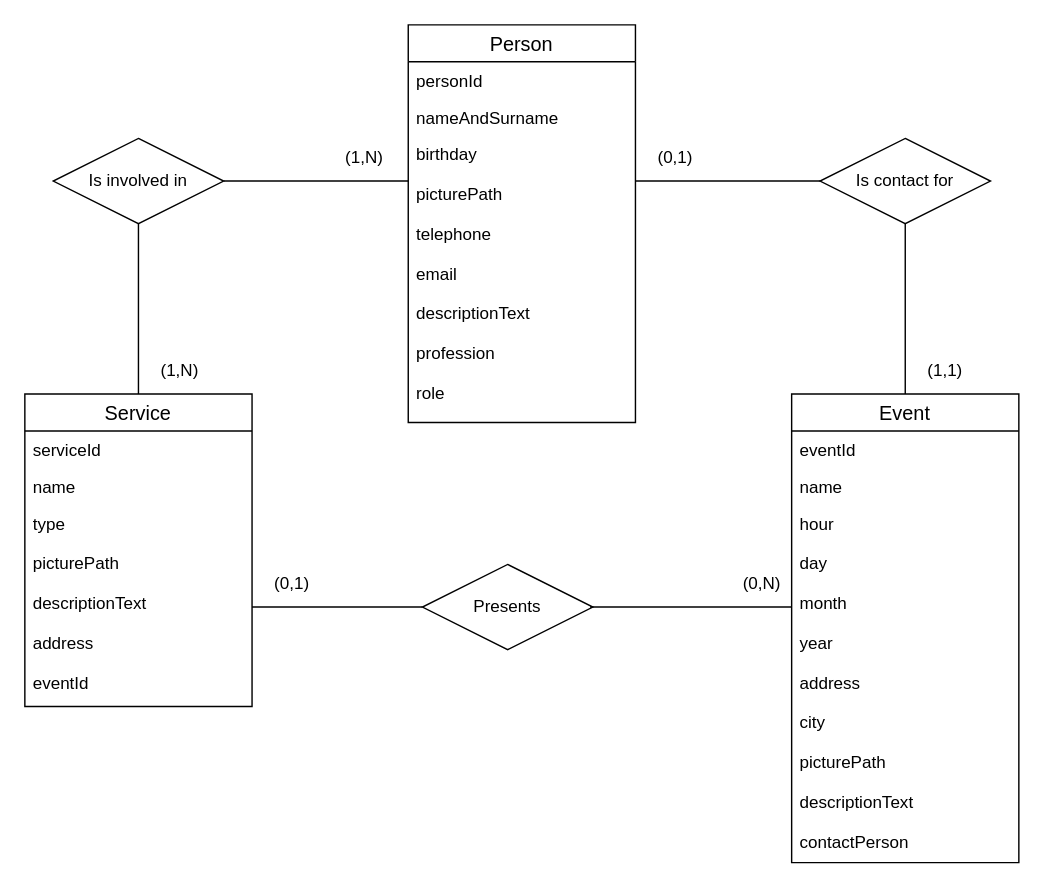
Above: public/backend/Er.drawio in GioValca/HYPWebsite (draw.io), before the change. Source tidied: cells renumbered, new cells numbered last; positions are measured from the earlier drawing's top-left corner, leaving out a move shared by most shapes. Both pictures are drawn from the tidied source at 142%, with x=0, y=0 at pixel (24, 24).
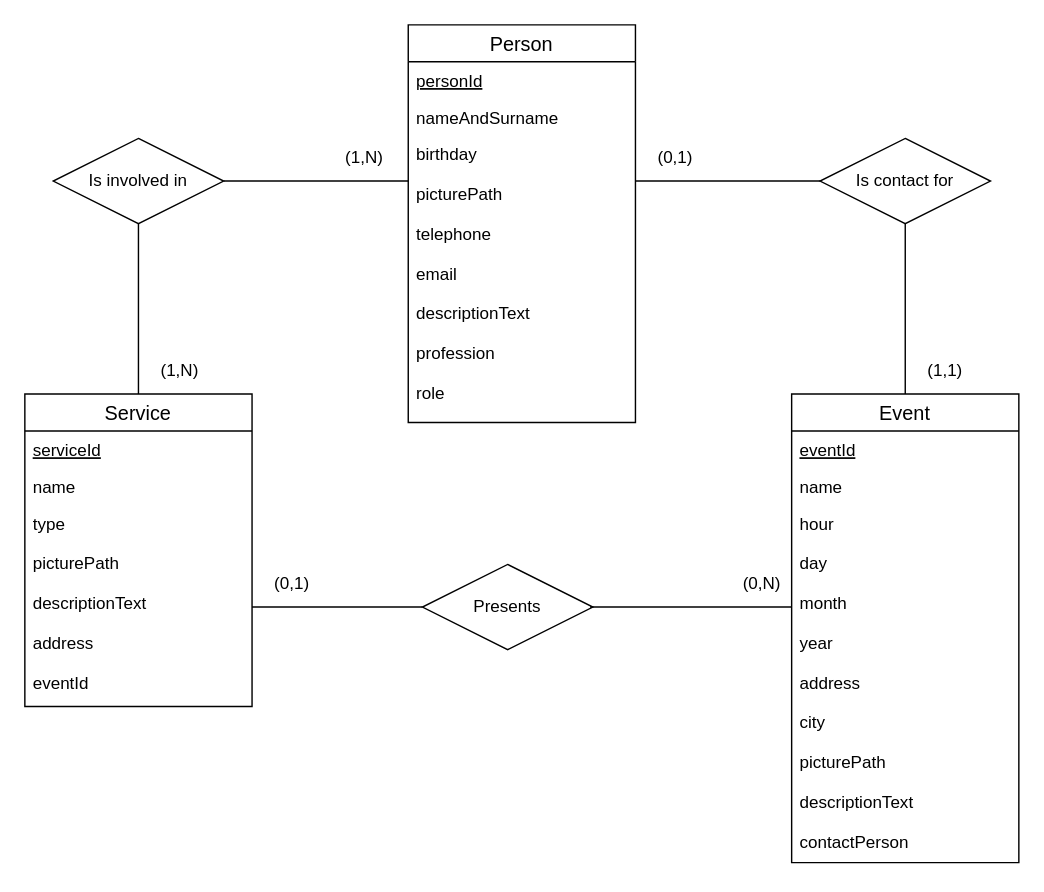
The same diagram, later.

Commit message (it also covers changes not shown here):
underlined key of ER diagram

The change refers to these unchanged cells:
```xml
<mxCell id="2" value="Person" style="swimlane;fontStyle=0;horizontal=1;startSize=26;align=center;fontSize=14;" parent="1" vertex="1">
  <mxGeometry x="270" width="160" height="280" as="geometry" />
</mxCell>
<mxCell id="6" value="Service" style="swimlane;fontStyle=0;horizontal=1;startSize=26;align=center;fontSize=14;" parent="1" vertex="1">
  <mxGeometry y="260" width="160" height="220" as="geometry" />
</mxCell>
<mxCell id="20" value="Event" style="swimlane;fontStyle=0;horizontal=1;startSize=26;align=center;fontSize=14;" parent="1" vertex="1">
  <mxGeometry x="540" y="260" width="160" height="330" as="geometry" />
</mxCell>
```

Change to the diagram source:
```diff
@@
-    <mxCell id="3" value="personId" style="text;strokeColor=none;fillColor=none;spacingLeft=4;spacingRight=4;overflow=hidden;fontSize=12;" parent="2" vertex="1">
+    <mxCell id="3" value="personId" style="text;strokeColor=none;fillColor=none;spacingLeft=4;spacingRight=4;overflow=hidden;fontSize=12;fontStyle=4;" parent="2" vertex="1">
       <mxGeometry y="26" width="160" height="26" as="geometry" />
     </mxCell>
@@
-    <mxCell id="7" value="serviceId" style="text;strokeColor=none;fillColor=none;spacingLeft=4;spacingRight=4;overflow=hidden;fontSize=12;" parent="6" vertex="1">
+    <mxCell id="7" value="serviceId" style="text;strokeColor=none;fillColor=none;spacingLeft=4;spacingRight=4;overflow=hidden;fontSize=12;fontStyle=4;" parent="6" vertex="1">
       <mxGeometry y="26" width="160" height="26" as="geometry" />
     </mxCell>
@@
-    <mxCell id="21" value="eventId" style="text;strokeColor=none;fillColor=none;spacingLeft=4;spacingRight=4;overflow=hidden;fontSize=12;" parent="20" vertex="1">
+    <mxCell id="21" value="eventId" style="text;strokeColor=none;fillColor=none;spacingLeft=4;spacingRight=4;overflow=hidden;fontSize=12;fontStyle=4;" parent="20" vertex="1">
       <mxGeometry y="26" width="160" height="26" as="geometry" />
     </mxCell>
```
